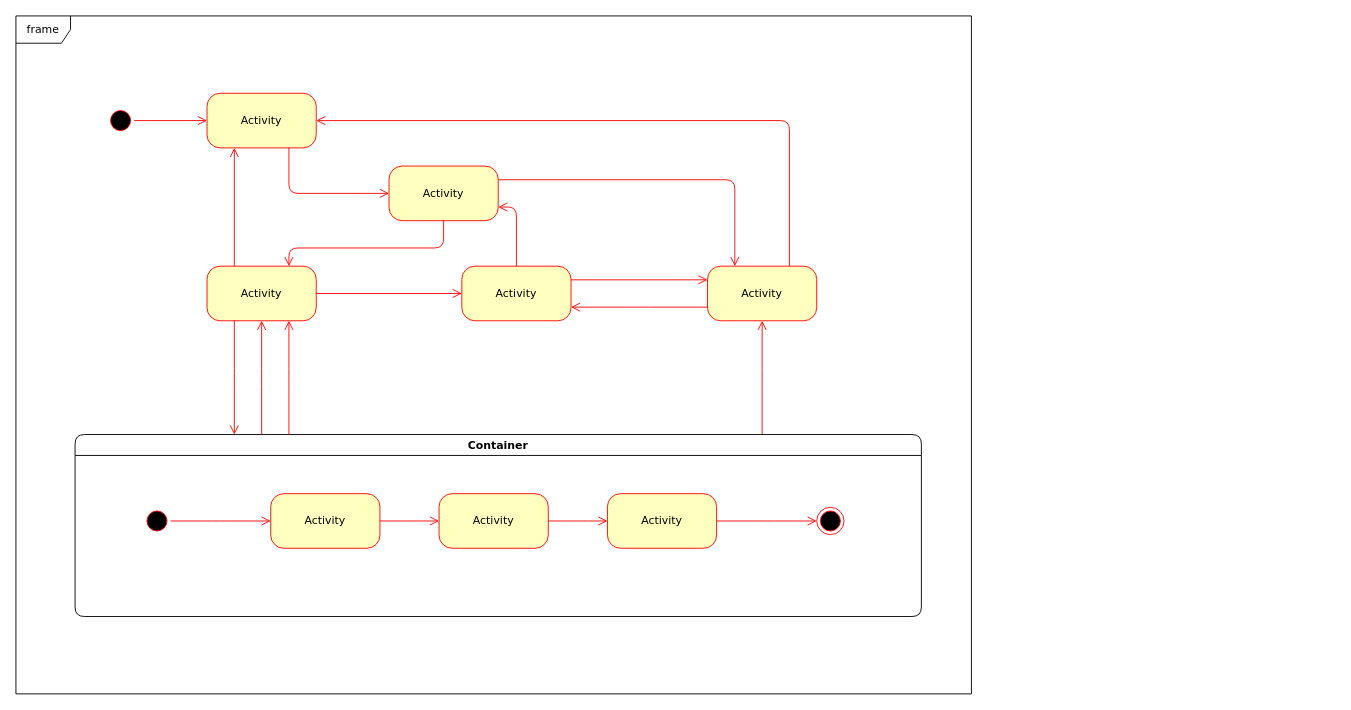
mukulChandYadav/AgriculturalMarketplaceCrowdfunding keeps this draw.io diagram as State Diagram.drawio. Above is the earlier version. Source tidied: cells renumbered, new cells numbered last; positions are measured from the earlier drawing's top-left corner, leaving out a move shared by most shapes. Both pictures are drawn from the tidied source at 91%, with x=0, y=0 at pixel (15, 15).
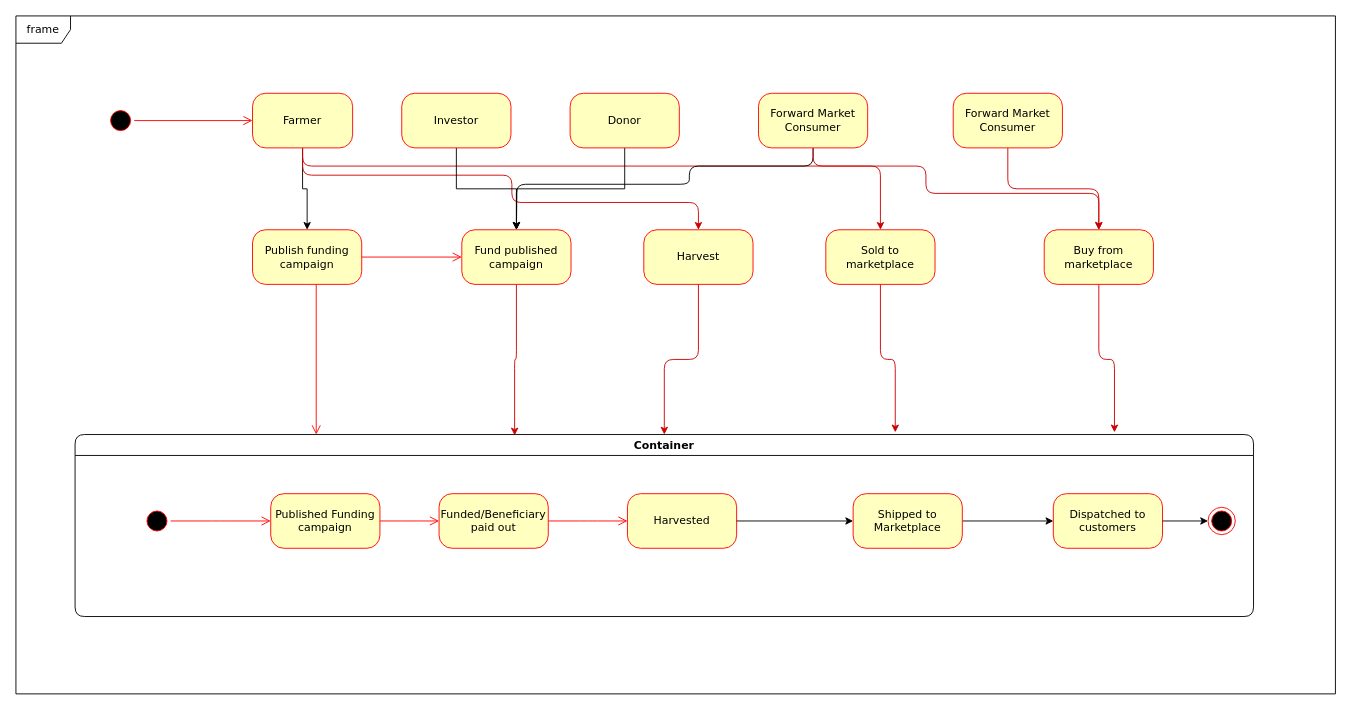
The same page after the edit.

Change to the diagram source:
```diff
@@
+    <mxCell id="22" value="frame" style="shape=umlFrame;whiteSpace=wrap;html=1;rounded=1;shadow=0;comic=0;labelBackgroundColor=none;strokeWidth=1;fontFamily=Verdana;fontSize=12;align=center;" parent="1" vertex="1">
+      <mxGeometry width="1450" height="745" as="geometry" />
+    </mxCell>
@@
-    <mxCell id="3" value="Activity" style="rounded=1;whiteSpace=wrap;html=1;arcSize=24;fillColor=#ffffc0;strokeColor=#ff0000;shadow=0;comic=0;labelBackgroundColor=none;fontFamily=Verdana;fontSize=12;fontColor=#000000;align=center;" parent="1" vertex="1">
-      <mxGeometry x="210" y="275" width="120" height="60" as="geometry" />
+    <mxCell id="3" value="Publish funding campaign" style="rounded=1;whiteSpace=wrap;html=1;arcSize=24;fillColor=#ffffc0;strokeColor=#ff0000;shadow=0;comic=0;labelBackgroundColor=none;fontFamily=Verdana;fontSize=12;fontColor=#000000;align=center;" parent="1" vertex="1">
+      <mxGeometry x="260" y="235" width="120" height="60" as="geometry" />
     </mxCell>
+    <mxCell id="33" style="edgeStyle=orthogonalEdgeStyle;rounded=0;jettySize=auto;html=1;" parent="1" edge="1" source="4" target="3">
+      <mxGeometry relative="1" as="geometry" />
+    </mxCell>
+    <mxCell id="24" style="edgeStyle=orthogonalEdgeStyle;rounded=1;jettySize=auto;html=1;entryX=0.5;entryY=0;entryDx=0;entryDy=0;strokeColor=#CC0000;" parent="1" edge="1" source="4" target="6">
+      <mxGeometry relative="1" as="geometry">
+        <Array as="points">
+          <mxPoint x="315" y="175" />
+          <mxPoint x="545" y="175" />
+          <mxPoint x="545" y="205" />
+          <mxPoint x="750" y="205" />
+        </Array>
+      </mxGeometry>
+    </mxCell>
+    <mxCell id="34" style="edgeStyle=orthogonalEdgeStyle;rounded=1;jettySize=auto;html=1;entryX=0.5;entryY=0;entryDx=0;entryDy=0;strokeColor=#CC0000;" parent="1" edge="1" source="4" target="9">
+      <mxGeometry relative="1" as="geometry">
+        <Array as="points">
+          <mxPoint x="315" y="165" />
+          <mxPoint x="950" y="165" />
+        </Array>
+      </mxGeometry>
+    </mxCell>
-    <mxCell id="4" value="Activity" style="rounded=1;whiteSpace=wrap;html=1;arcSize=24;fillColor=#ffffc0;strokeColor=#ff0000;shadow=0;comic=0;labelBackgroundColor=none;fontFamily=Verdana;fontSize=12;fontColor=#000000;align=center;" parent="1" vertex="1">
-      <mxGeometry x="210" y="85" width="120" height="60" as="geometry" />
+    <mxCell id="4" value="Farmer" style="rounded=1;whiteSpace=wrap;html=1;arcSize=24;fillColor=#ffffc0;strokeColor=#ff0000;shadow=0;comic=0;labelBackgroundColor=none;fontFamily=Verdana;fontSize=12;fontColor=#000000;align=center;" parent="1" vertex="1">
+      <mxGeometry x="260" y="85" width="110" height="60" as="geometry" />
     </mxCell>
-    <mxCell id="5" style="edgeStyle=orthogonalEdgeStyle;html=1;exitX=1;exitY=0.25;entryX=0.25;entryY=0;labelBackgroundColor=none;endArrow=open;endSize=8;strokeColor=#ff0000;fontFamily=Verdana;fontSize=12;align=left;" parent="1" edge="1" source="6" target="9">
-      <mxGeometry relative="1" as="geometry" />
-    </mxCell>
+    <mxCell id="35" style="edgeStyle=orthogonalEdgeStyle;rounded=1;jettySize=auto;html=1;strokeColor=#CC0000;" parent="1" edge="1" source="6" target="12">
+      <mxGeometry relative="1" as="geometry" />
+    </mxCell>
-    <mxCell id="6" value="Activity" style="rounded=1;whiteSpace=wrap;html=1;arcSize=24;fillColor=#ffffc0;strokeColor=#ff0000;shadow=0;comic=0;labelBackgroundColor=none;fontFamily=Verdana;fontSize=12;fontColor=#000000;align=center;" parent="1" vertex="1">
-      <mxGeometry x="410" y="165" width="120" height="60" as="geometry" />
+    <mxCell id="6" value="Harvest" style="rounded=1;whiteSpace=wrap;html=1;arcSize=24;fillColor=#ffffc0;strokeColor=#ff0000;shadow=0;comic=0;labelBackgroundColor=none;fontFamily=Verdana;fontSize=12;fontColor=#000000;align=center;" parent="1" vertex="1">
+      <mxGeometry x="690" y="235" width="120" height="60" as="geometry" />
     </mxCell>
-    <mxCell id="7" style="edgeStyle=orthogonalEdgeStyle;html=1;exitX=0.75;exitY=0;entryX=1;entryY=0.5;labelBackgroundColor=none;endArrow=open;endSize=8;strokeColor=#ff0000;fontFamily=Verdana;fontSize=12;align=left;" parent="1" edge="1" source="9" target="4">
-      <mxGeometry relative="1" as="geometry">
-        <Array as="points">
-          <mxPoint x="850" y="115" />
-        </Array>
-      </mxGeometry>
-    </mxCell>
-    <mxCell id="8" style="edgeStyle=elbowEdgeStyle;html=1;exitX=0;exitY=0.75;entryX=1;entryY=0.75;labelBackgroundColor=none;endArrow=open;endSize=8;strokeColor=#ff0000;fontFamily=Verdana;fontSize=12;align=left;" parent="1" edge="1" source="9" target="10">
-      <mxGeometry relative="1" as="geometry" />
-    </mxCell>
+    <mxCell id="36" style="edgeStyle=orthogonalEdgeStyle;rounded=1;jettySize=auto;html=1;entryX=0.696;entryY=-0.012;entryDx=0;entryDy=0;entryPerimeter=0;strokeColor=#CC0000;" parent="1" edge="1" source="9" target="12">
+      <mxGeometry relative="1" as="geometry" />
+    </mxCell>
-    <mxCell id="9" value="Activity" style="rounded=1;whiteSpace=wrap;html=1;arcSize=24;fillColor=#ffffc0;strokeColor=#ff0000;shadow=0;comic=0;labelBackgroundColor=none;fontFamily=Verdana;fontSize=12;fontColor=#000000;align=center;" parent="1" vertex="1">
-      <mxGeometry x="760" y="275" width="120" height="60" as="geometry" />
+    <mxCell id="9" value="Sold to marketplace" style="rounded=1;whiteSpace=wrap;html=1;arcSize=24;fillColor=#ffffc0;strokeColor=#ff0000;shadow=0;comic=0;labelBackgroundColor=none;fontFamily=Verdana;fontSize=12;fontColor=#000000;align=center;" parent="1" vertex="1">
+      <mxGeometry x="890" y="235" width="120" height="60" as="geometry" />
     </mxCell>
+    <mxCell id="37" style="edgeStyle=orthogonalEdgeStyle;rounded=1;jettySize=auto;html=1;entryX=0.373;entryY=0.005;entryDx=0;entryDy=0;entryPerimeter=0;strokeColor=#CC0000;" parent="1" edge="1" source="10" target="12">
+      <mxGeometry relative="1" as="geometry" />
+    </mxCell>
-    <mxCell id="10" value="Activity" style="rounded=1;whiteSpace=wrap;html=1;arcSize=24;fillColor=#ffffc0;strokeColor=#ff0000;shadow=0;comic=0;labelBackgroundColor=none;fontFamily=Verdana;fontSize=12;fontColor=#000000;align=center;" parent="1" vertex="1">
-      <mxGeometry x="490" y="275" width="120" height="60" as="geometry" />
+    <mxCell id="10" value="Fund published campaign" style="rounded=1;whiteSpace=wrap;html=1;arcSize=24;fillColor=#ffffc0;strokeColor=#ff0000;shadow=0;comic=0;labelBackgroundColor=none;fontFamily=Verdana;fontSize=12;fontColor=#000000;align=center;" parent="1" vertex="1">
+      <mxGeometry x="490" y="235" width="120" height="60" as="geometry" />
     </mxCell>
-    <mxCell id="11" style="edgeStyle=elbowEdgeStyle;html=1;labelBackgroundColor=none;endArrow=open;endSize=8;strokeColor=#ff0000;fontFamily=Verdana;fontSize=12;align=left;" parent="1" edge="1" source="12" target="9">
-      <mxGeometry relative="1" as="geometry" />
-    </mxCell>
     <mxCell id="12" value="Container" style="swimlane;whiteSpace=wrap;html=1;rounded=1;shadow=0;comic=0;labelBackgroundColor=none;strokeWidth=1;fontFamily=Verdana;fontSize=12;align=center;" parent="1" vertex="1">
-      <mxGeometry x="65" y="460" width="930" height="200" as="geometry" />
+      <mxGeometry x="65" y="460" width="1295" height="200" as="geometry" />
     </mxCell>
@@
-    <mxCell id="14" value="Activity" style="rounded=1;whiteSpace=wrap;html=1;arcSize=24;fillColor=#ffffc0;strokeColor=#ff0000;shadow=0;comic=0;labelBackgroundColor=none;fontFamily=Verdana;fontSize=12;fontColor=#000000;align=center;" parent="12" vertex="1">
+    <mxCell id="14" value="Published Funding campaign" style="rounded=1;whiteSpace=wrap;html=1;arcSize=24;fillColor=#ffffc0;strokeColor=#ff0000;shadow=0;comic=0;labelBackgroundColor=none;fontFamily=Verdana;fontSize=12;fontColor=#000000;align=center;" parent="12" vertex="1">
       <mxGeometry x="215" y="65" width="120" height="60" as="geometry" />
     </mxCell>
-    <mxCell id="15" style="ellipse;html=1;shape=endState;fillColor=#000000;strokeColor=#ff0000;rounded=1;shadow=0;comic=0;labelBackgroundColor=none;fontFamily=Verdana;fontSize=12;fontColor=#000000;align=center;" parent="12" vertex="1">
-      <mxGeometry x="815" y="80" width="30" height="30" as="geometry" />
-    </mxCell>
@@
-    <mxCell id="19" value="Activity" style="rounded=1;whiteSpace=wrap;html=1;arcSize=24;fillColor=#ffffc0;strokeColor=#ff0000;shadow=0;comic=0;labelBackgroundColor=none;fontFamily=Verdana;fontSize=12;fontColor=#000000;align=center;" parent="12" vertex="1">
+    <mxCell id="19" value="Funded/Beneficiary paid out" style="rounded=1;whiteSpace=wrap;html=1;arcSize=24;fillColor=#ffffc0;strokeColor=#ff0000;shadow=0;comic=0;labelBackgroundColor=none;fontFamily=Verdana;fontSize=12;fontColor=#000000;align=center;" parent="12" vertex="1">
       <mxGeometry x="400" y="65" width="120" height="60" as="geometry" />
     </mxCell>
-    <mxCell id="20" style="edgeStyle=elbowEdgeStyle;html=1;labelBackgroundColor=none;endArrow=open;endSize=8;strokeColor=#ff0000;fontFamily=Verdana;fontSize=12;align=left;" parent="12" edge="1" source="21" target="15">
-      <mxGeometry relative="1" as="geometry" />
-    </mxCell>
-    <mxCell id="21" value="Activity" style="rounded=1;whiteSpace=wrap;html=1;arcSize=24;fillColor=#ffffc0;strokeColor=#ff0000;shadow=0;comic=0;labelBackgroundColor=none;fontFamily=Verdana;fontSize=12;fontColor=#000000;align=center;" parent="12" vertex="1">
-      <mxGeometry x="585" y="65" width="120" height="60" as="geometry" />
+    <mxCell id="21" value="Harvested" style="rounded=1;whiteSpace=wrap;html=1;arcSize=24;fillColor=#ffffc0;strokeColor=#ff0000;shadow=0;comic=0;labelBackgroundColor=none;fontFamily=Verdana;fontSize=12;fontColor=#000000;align=center;" parent="12" vertex="1">
+      <mxGeometry x="607" y="65" width="120" height="60" as="geometry" />
     </mxCell>
-    <mxCell id="22" value="frame" style="shape=umlFrame;whiteSpace=wrap;html=1;rounded=1;shadow=0;comic=0;labelBackgroundColor=none;strokeWidth=1;fontFamily=Verdana;fontSize=12;align=center;" parent="1" vertex="1">
-      <mxGeometry width="1050" height="745" as="geometry" />
-    </mxCell>
+    <mxCell id="38" style="edgeStyle=orthogonalEdgeStyle;rounded=0;jettySize=auto;html=1;entryX=0;entryY=0.5;entryDx=0;entryDy=0;" parent="12" edge="1" source="39" target="41">
+      <mxGeometry relative="1" as="geometry" />
+    </mxCell>
+    <mxCell id="39" value="Shipped to Marketplace" style="rounded=1;whiteSpace=wrap;html=1;arcSize=24;fillColor=#ffffc0;strokeColor=#ff0000;shadow=0;comic=0;labelBackgroundColor=none;fontFamily=Verdana;fontSize=12;fontColor=#000000;align=center;" parent="12" vertex="1">
+      <mxGeometry x="855" y="65" width="120" height="60" as="geometry" />
+    </mxCell>
+    <mxCell id="40" style="edgeStyle=orthogonalEdgeStyle;rounded=0;jettySize=auto;html=1;entryX=0;entryY=0.5;entryDx=0;entryDy=0;" parent="12" edge="1" source="21" target="39">
+      <mxGeometry relative="1" as="geometry" />
+    </mxCell>
+    <mxCell id="41" value="Dispatched to customers" style="rounded=1;whiteSpace=wrap;html=1;arcSize=24;fillColor=#ffffc0;strokeColor=#ff0000;shadow=0;comic=0;labelBackgroundColor=none;fontFamily=Verdana;fontSize=12;fontColor=#000000;align=center;" parent="12" vertex="1">
+      <mxGeometry x="1075" y="65" width="120" height="60" as="geometry" />
+    </mxCell>
@@
-    <mxCell id="24" style="edgeStyle=orthogonalEdgeStyle;html=1;labelBackgroundColor=none;endArrow=open;endSize=8;strokeColor=#ff0000;fontFamily=Verdana;fontSize=12;align=left;entryX=0;entryY=0.5;" parent="1" edge="1" source="4" target="6">
-      <mxGeometry relative="1" as="geometry">
-        <Array as="points">
-          <mxPoint x="300" y="195" />
-        </Array>
-      </mxGeometry>
-    </mxCell>
-    <mxCell id="25" style="edgeStyle=orthogonalEdgeStyle;html=1;entryX=0.75;entryY=0;labelBackgroundColor=none;endArrow=open;endSize=8;strokeColor=#ff0000;fontFamily=Verdana;fontSize=12;align=left;exitX=0.5;exitY=1;" parent="1" edge="1" source="6" target="3">
-      <mxGeometry relative="1" as="geometry">
-        <Array as="points">
-          <mxPoint x="470" y="255" />
-          <mxPoint x="300" y="255" />
-        </Array>
-      </mxGeometry>
-    </mxCell>
-    <mxCell id="26" style="edgeStyle=orthogonalEdgeStyle;html=1;exitX=0.25;exitY=0;entryX=0.25;entryY=1;labelBackgroundColor=none;endArrow=open;endSize=8;strokeColor=#ff0000;fontFamily=Verdana;fontSize=12;align=left;" parent="1" edge="1" source="3" target="4">
-      <mxGeometry relative="1" as="geometry" />
-    </mxCell>
@@
-    <mxCell id="28" style="edgeStyle=orthogonalEdgeStyle;html=1;exitX=0.5;exitY=0;entryX=1;entryY=0.75;labelBackgroundColor=none;endArrow=open;endSize=8;strokeColor=#ff0000;fontFamily=Verdana;fontSize=12;align=left;" parent="1" edge="1" source="10" target="6">
-      <mxGeometry relative="1" as="geometry" />
-    </mxCell>
-    <mxCell id="29" style="edgeStyle=orthogonalEdgeStyle;html=1;exitX=1;exitY=0.25;entryX=0;entryY=0.25;labelBackgroundColor=none;endArrow=open;endSize=8;strokeColor=#ff0000;fontFamily=Verdana;fontSize=12;align=left;" parent="1" edge="1" source="10" target="9">
-      <mxGeometry relative="1" as="geometry" />
-    </mxCell>
-    <mxCell id="30" style="edgeStyle=elbowEdgeStyle;html=1;labelBackgroundColor=none;endArrow=open;endSize=8;strokeColor=#ff0000;fontFamily=Verdana;fontSize=12;align=left;entryX=0.75;entryY=1;" parent="1" edge="1" source="12" target="3">
-      <mxGeometry relative="1" as="geometry" />
-    </mxCell>
-    <mxCell id="31" style="edgeStyle=elbowEdgeStyle;html=1;labelBackgroundColor=none;endArrow=open;endSize=8;strokeColor=#ff0000;fontFamily=Verdana;fontSize=12;align=left;entryX=0.5;entryY=1;" parent="1" edge="1" source="12" target="3">
-      <mxGeometry relative="1" as="geometry" />
-    </mxCell>
-    <mxCell id="32" style="edgeStyle=elbowEdgeStyle;html=1;labelBackgroundColor=none;endArrow=open;endSize=8;strokeColor=#ff0000;fontFamily=Verdana;fontSize=12;align=left;exitX=0.25;exitY=1;" parent="1" edge="1" source="3" target="12">
-      <mxGeometry relative="1" as="geometry" />
+    <mxCell id="32" style="edgeStyle=elbowEdgeStyle;html=1;labelBackgroundColor=none;endArrow=open;endSize=8;strokeColor=#ff0000;fontFamily=Verdana;fontSize=12;align=left;rounded=1;" parent="1" edge="1" target="12">
+      <mxGeometry relative="1" as="geometry">
+        <mxPoint x="330" y="295" as="sourcePoint" />
+        <Array as="points">
+          <mxPoint x="330" y="535" />
+        </Array>
+      </mxGeometry>
     </mxCell>
+    <mxCell id="15" style="ellipse;html=1;shape=endState;fillColor=#000000;strokeColor=#ff0000;rounded=1;shadow=0;comic=0;labelBackgroundColor=none;fontFamily=Verdana;fontSize=12;fontColor=#000000;align=center;" parent="1" vertex="1">
+      <mxGeometry x="1310" y="540" width="30" height="30" as="geometry" />
+    </mxCell>
+    <mxCell id="42" style="edgeStyle=orthogonalEdgeStyle;rounded=0;jettySize=auto;html=1;" parent="1" edge="1" source="41" target="15">
+      <mxGeometry relative="1" as="geometry" />
+    </mxCell>
+    <mxCell id="43" style="edgeStyle=orthogonalEdgeStyle;rounded=0;jettySize=auto;html=1;" parent="1" edge="1" source="44" target="10">
+      <mxGeometry relative="1" as="geometry" />
+    </mxCell>
+    <mxCell id="44" value="Investor" style="rounded=1;whiteSpace=wrap;html=1;arcSize=24;fillColor=#ffffc0;strokeColor=#ff0000;shadow=0;comic=0;labelBackgroundColor=none;fontFamily=Verdana;fontSize=12;fontColor=#000000;align=center;" parent="1" vertex="1">
+      <mxGeometry x="424" y="85" width="120" height="60" as="geometry" />
+    </mxCell>
+    <mxCell id="45" style="edgeStyle=orthogonalEdgeStyle;rounded=0;jettySize=auto;html=1;exitX=0.5;exitY=1;exitDx=0;exitDy=0;" parent="1" edge="1" source="46">
+      <mxGeometry relative="1" as="geometry">
+        <mxPoint x="550" y="235" as="targetPoint" />
+      </mxGeometry>
+    </mxCell>
+    <mxCell id="46" value="Donor" style="rounded=1;whiteSpace=wrap;html=1;arcSize=24;fillColor=#ffffc0;strokeColor=#ff0000;shadow=0;comic=0;labelBackgroundColor=none;fontFamily=Verdana;fontSize=12;fontColor=#000000;align=center;" parent="1" vertex="1">
+      <mxGeometry x="609" y="85" width="120" height="60" as="geometry" />
+    </mxCell>
+    <mxCell id="47" style="edgeStyle=orthogonalEdgeStyle;jettySize=auto;html=1;exitX=0.5;exitY=1;exitDx=0;exitDy=0;rounded=1;" parent="1" edge="1" source="49">
+      <mxGeometry relative="1" as="geometry">
+        <mxPoint x="550" y="235" as="targetPoint" />
+        <Array as="points">
+          <mxPoint x="876" y="165" />
+          <mxPoint x="740" y="165" />
+          <mxPoint x="740" y="185" />
+          <mxPoint x="550" y="185" />
+        </Array>
+      </mxGeometry>
+    </mxCell>
+    <mxCell id="48" style="edgeStyle=orthogonalEdgeStyle;rounded=1;jettySize=auto;html=1;strokeColor=#CC0000;exitX=0.5;exitY=1;exitDx=0;exitDy=0;" parent="1" edge="1" source="49">
+      <mxGeometry relative="1" as="geometry">
+        <mxPoint x="1190" y="235" as="targetPoint" />
+        <Array as="points">
+          <mxPoint x="876" y="165" />
+          <mxPoint x="1000" y="165" />
+          <mxPoint x="1000" y="195" />
+          <mxPoint x="1190" y="195" />
+        </Array>
+      </mxGeometry>
+    </mxCell>
+    <mxCell id="49" value="Forward Market Consumer" style="rounded=1;whiteSpace=wrap;html=1;arcSize=24;fillColor=#ffffc0;strokeColor=#ff0000;shadow=0;comic=0;labelBackgroundColor=none;fontFamily=Verdana;fontSize=12;fontColor=#000000;align=center;" parent="1" vertex="1">
+      <mxGeometry x="816" y="85" width="120" height="60" as="geometry" />
+    </mxCell>
+    <mxCell id="50" style="edgeStyle=orthogonalEdgeStyle;rounded=1;jettySize=auto;html=1;entryX=0.882;entryY=-0.012;entryDx=0;entryDy=0;entryPerimeter=0;strokeColor=#CC0000;" parent="1" edge="1" source="51" target="12">
+      <mxGeometry relative="1" as="geometry" />
+    </mxCell>
+    <mxCell id="51" value="Buy from marketplace" style="rounded=1;whiteSpace=wrap;html=1;arcSize=24;fillColor=#ffffc0;strokeColor=#ff0000;shadow=0;comic=0;labelBackgroundColor=none;fontFamily=Verdana;fontSize=12;fontColor=#000000;align=center;" parent="1" vertex="1">
+      <mxGeometry x="1130" y="235" width="120" height="60" as="geometry" />
+    </mxCell>
+    <mxCell id="52" style="edgeStyle=orthogonalEdgeStyle;rounded=1;jettySize=auto;html=1;strokeColor=#CC0000;" parent="1" edge="1" source="53" target="51">
+      <mxGeometry relative="1" as="geometry" />
+    </mxCell>
+    <mxCell id="53" value="Forward Market Consumer" style="rounded=1;whiteSpace=wrap;html=1;arcSize=24;fillColor=#ffffc0;strokeColor=#ff0000;shadow=0;comic=0;labelBackgroundColor=none;fontFamily=Verdana;fontSize=12;fontColor=#000000;align=center;" parent="1" vertex="1">
+      <mxGeometry x="1030" y="85" width="120" height="60" as="geometry" />
+    </mxCell>
```
